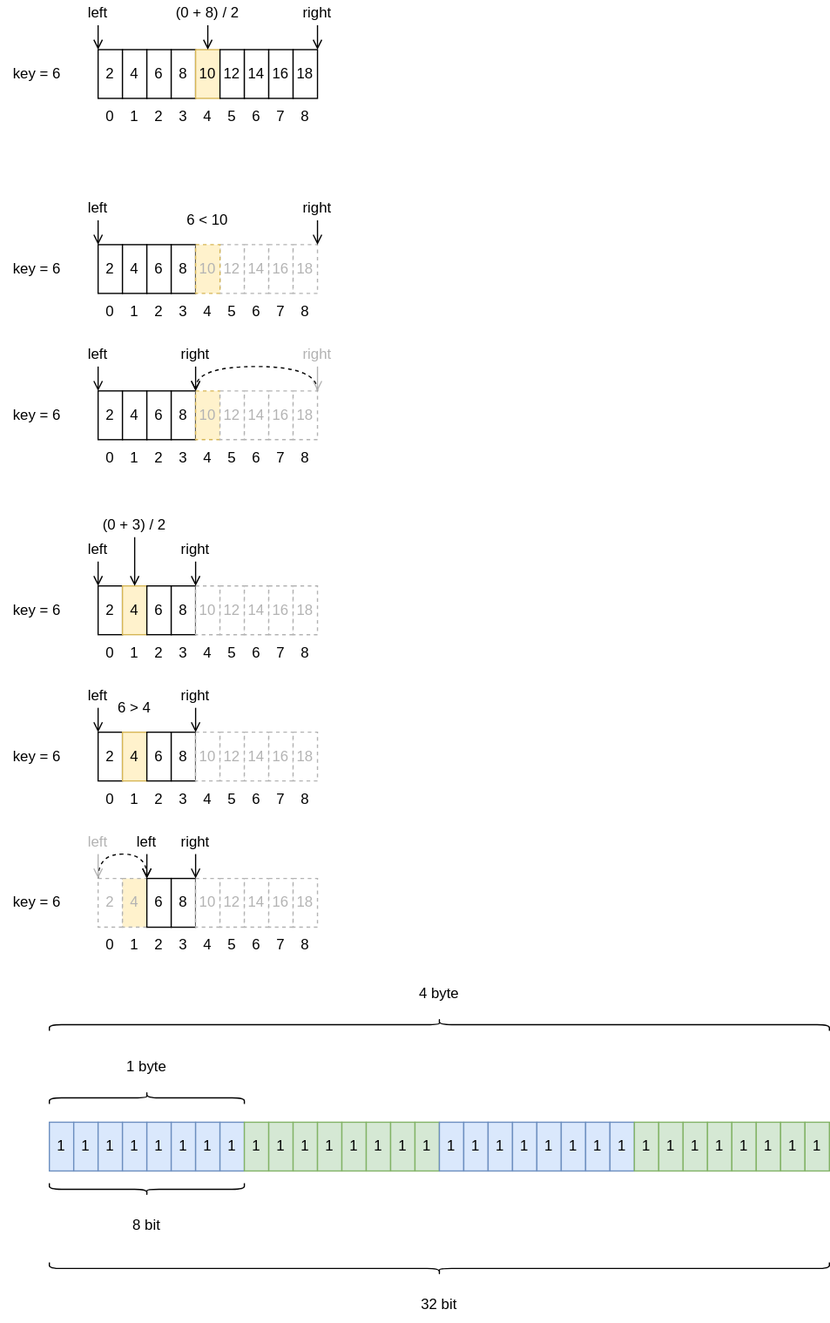
The draw.io diagram Draw/C/binary-search.drawio.svg in Zhangbokai614/draw, before a commit. Source tidied: cells renumbered, new cells last; positions are measured from the earlier drawing's top-left corner, leaving out a move shared by most shapes.
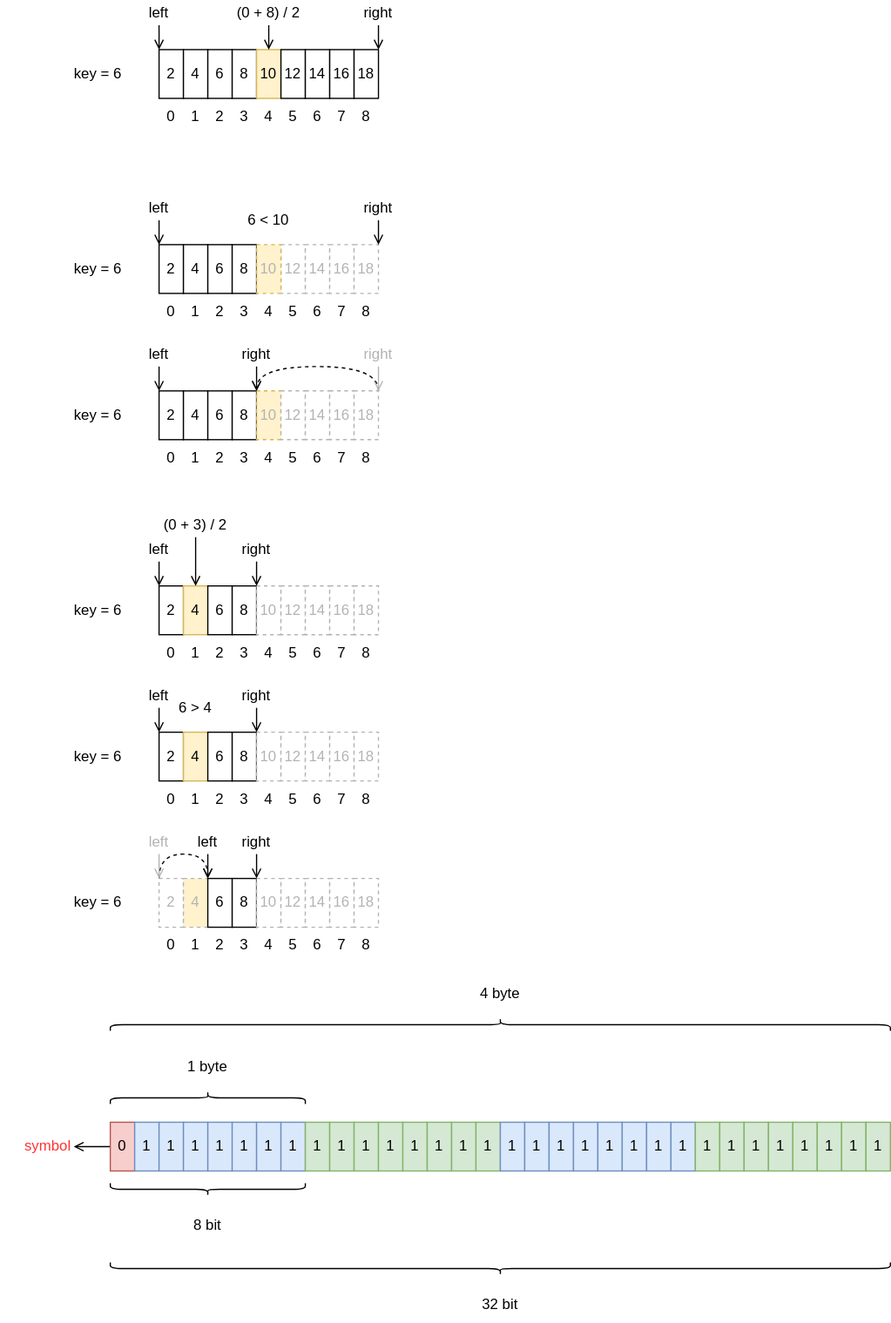
After the commit.

The edit, as a diff of the source:
```diff
@@ -464,7 +464,10 @@
     <mxCell id="151" value="left" style="text;html=1;align=center;verticalAlign=middle;whiteSpace=wrap;rounded=0;" parent="1" vertex="1">
       <mxGeometry x="100" y="680" width="40" height="20" as="geometry" />
     </mxCell>
+    <mxCell id="192" style="edgeStyle=orthogonalEdgeStyle;rounded=0;jettySize=auto;html=1;exitX=0;exitY=0.5;exitDx=0;exitDy=0;endArrow=open;endFill=0;" parent="1" edge="1" source="152" target="193">
+      <mxGeometry relative="1" as="geometry" />
+    </mxCell>
-    <mxCell id="152" value="1" style="rounded=0;whiteSpace=wrap;html=1;fillColor=#dae8fc;strokeColor=#6c8ebf;" parent="1" vertex="1">
+    <mxCell id="152" value="0" style="rounded=0;whiteSpace=wrap;html=1;fillColor=#f8cecc;strokeColor=#b85450;" parent="1" vertex="1">
       <mxGeometry x="40" y="920" width="20" height="40" as="geometry" />
     </mxCell>
     <mxCell id="153" value="1" style="rounded=0;whiteSpace=wrap;html=1;fillColor=#dae8fc;strokeColor=#6c8ebf;" parent="1" vertex="1">
@@ -584,5 +587,8 @@
     <mxCell id="191" value="4 byte" style="text;html=1;align=center;verticalAlign=middle;whiteSpace=wrap;rounded=0;" parent="1" vertex="1">
       <mxGeometry x="330" y="800" width="60" height="30" as="geometry" />
     </mxCell>
+    <mxCell id="193" value="&lt;div&gt;&lt;div&gt;symbol&lt;/div&gt;&lt;/div&gt;" style="text;html=1;align=right;verticalAlign=middle;whiteSpace=wrap;rounded=0;fontColor=#FF3333;" parent="1" vertex="1">
+      <mxGeometry x="-50" y="925" width="60" height="30" as="geometry" />
+    </mxCell>
   </root>
 </mxGraphModel>
```
